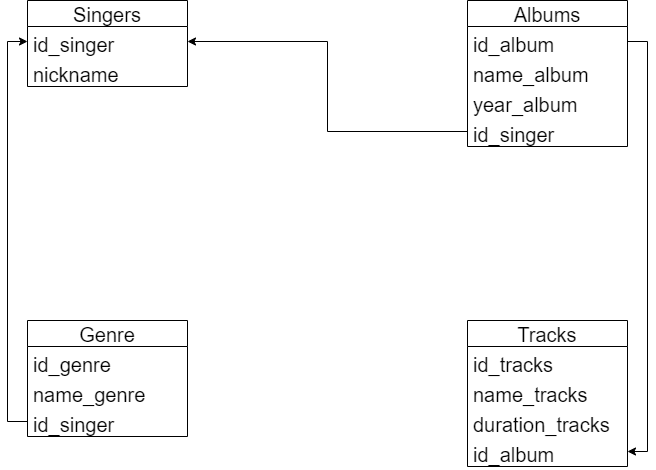
AnastasiaLunina/SQL keeps this draw.io diagram as Introduction/diagram.png. Above is the earlier version. Source tidied: cells renumbered, new cells last; positions are measured from the earlier drawing's top-left corner, leaving out a move shared by most shapes. Its diagram source:
```xml
<mxGraphModel>
  <root>
    <mxCell id="0" />
    <mxCell id="1" parent="0" />
    <mxCell id="2" value="Singers" style="swimlane;fontStyle=0;horizontal=1;startSize=26;align=center;fontSize=20;" parent="1" vertex="1">
      <mxGeometry width="160" height="86" as="geometry" />
    </mxCell>
    <mxCell id="3" value="id_singer            &#10;&#10;" style="text;spacingLeft=4;spacingRight=4;overflow=hidden;points=[[0,0.5],[1,0.5]];portConstraint=eastwest;fontSize=20;" parent="2" vertex="1">
      <mxGeometry y="26" width="160" height="30" as="geometry" />
    </mxCell>
    <mxCell id="4" value="nickname" style="text;strokeColor=none;fillColor=none;spacingLeft=4;spacingRight=4;overflow=hidden;fontSize=20;" parent="2" vertex="1">
      <mxGeometry y="56" width="160" height="30" as="geometry" />
    </mxCell>
    <mxCell id="5" value="Albums" style="swimlane;fontStyle=0;horizontal=1;startSize=26;align=center;fontSize=20;" parent="1" vertex="1">
      <mxGeometry x="440" width="160" height="146" as="geometry" />
    </mxCell>
    <mxCell id="6" value="id_album" style="text;strokeColor=none;fillColor=none;spacingLeft=4;spacingRight=4;overflow=hidden;points=[[0,0.5],[1,0.5]];portConstraint=eastwest;fontSize=20;" parent="5" vertex="1">
      <mxGeometry y="26" width="160" height="30" as="geometry" />
    </mxCell>
    <mxCell id="7" value="name_album" style="text;strokeColor=none;fillColor=none;spacingLeft=4;spacingRight=4;overflow=hidden;fontSize=20;" parent="5" vertex="1">
      <mxGeometry y="56" width="160" height="30" as="geometry" />
    </mxCell>
    <mxCell id="8" value="year_album" style="text;strokeColor=none;fillColor=none;spacingLeft=4;spacingRight=4;overflow=hidden;fontSize=20;" parent="5" vertex="1">
      <mxGeometry y="86" width="160" height="30" as="geometry" />
    </mxCell>
    <mxCell id="9" value="id_singer" style="text;strokeColor=none;fillColor=none;spacingLeft=4;spacingRight=4;overflow=hidden;points=[[0,0.5],[1,0.5]];portConstraint=eastwest;fontSize=20;" parent="5" vertex="1">
      <mxGeometry y="116" width="160" height="30" as="geometry" />
    </mxCell>
    <mxCell id="10" value="Tracks" style="swimlane;fontStyle=0;horizontal=1;startSize=26;align=center;fontSize=20;" parent="1" vertex="1">
      <mxGeometry x="440" y="320" width="160" height="146" as="geometry" />
    </mxCell>
    <mxCell id="11" value="id_tracks" style="text;strokeColor=none;fillColor=none;spacingLeft=4;spacingRight=4;overflow=hidden;fontSize=20;" parent="10" vertex="1">
      <mxGeometry y="26" width="160" height="30" as="geometry" />
    </mxCell>
    <mxCell id="12" value="name_tracks" style="text;strokeColor=none;fillColor=none;spacingLeft=4;spacingRight=4;overflow=hidden;fontSize=20;" parent="10" vertex="1">
      <mxGeometry y="56" width="160" height="30" as="geometry" />
    </mxCell>
    <mxCell id="13" value="duration_tracks" style="text;strokeColor=none;fillColor=none;spacingLeft=4;spacingRight=4;overflow=hidden;fontSize=20;" parent="10" vertex="1">
      <mxGeometry y="86" width="160" height="30" as="geometry" />
    </mxCell>
    <mxCell id="14" value="id_album" style="text;strokeColor=none;fillColor=none;spacingLeft=4;spacingRight=4;overflow=hidden;points=[[0,0.5],[1,0.5]];portConstraint=eastwest;fontSize=20;" parent="10" vertex="1">
      <mxGeometry y="116" width="160" height="30" as="geometry" />
    </mxCell>
    <mxCell id="15" value="Genre" style="swimlane;fontStyle=0;horizontal=1;startSize=26;align=center;fontSize=20;" parent="1" vertex="1">
      <mxGeometry y="320" width="160" height="116" as="geometry" />
    </mxCell>
    <mxCell id="16" value="id_genre" style="text;strokeColor=none;fillColor=none;spacingLeft=4;spacingRight=4;overflow=hidden;fontSize=20;" parent="15" vertex="1">
      <mxGeometry y="26" width="160" height="30" as="geometry" />
    </mxCell>
    <mxCell id="17" value="name_genre" style="text;strokeColor=none;fillColor=none;spacingLeft=4;spacingRight=4;overflow=hidden;fontSize=20;" parent="15" vertex="1">
      <mxGeometry y="56" width="160" height="30" as="geometry" />
    </mxCell>
    <mxCell id="18" value="id_singer" style="text;strokeColor=none;fillColor=none;spacingLeft=4;spacingRight=4;overflow=hidden;points=[[0,0.5],[1,0.5]];portConstraint=eastwest;fontSize=20;" parent="15" vertex="1">
      <mxGeometry y="86" width="160" height="30" as="geometry" />
    </mxCell>
    <mxCell id="19" style="edgeStyle=orthogonalEdgeStyle;rounded=0;jettySize=auto;html=1;exitX=0;exitY=0.5;exitDx=0;exitDy=0;entryX=1;entryY=0.5;entryDx=0;entryDy=0;fontSize=20;" parent="1" edge="1" source="9" target="3">
      <mxGeometry relative="1" as="geometry" />
    </mxCell>
    <mxCell id="20" style="edgeStyle=orthogonalEdgeStyle;rounded=0;jettySize=auto;html=1;exitX=1;exitY=0.5;exitDx=0;exitDy=0;entryX=1;entryY=0.5;entryDx=0;entryDy=0;fontSize=20;" parent="1" edge="1" source="6" target="14">
      <mxGeometry relative="1" as="geometry" />
    </mxCell>
    <mxCell id="21" style="edgeStyle=orthogonalEdgeStyle;rounded=0;jettySize=auto;html=1;exitX=0;exitY=0.5;exitDx=0;exitDy=0;entryX=0;entryY=0.5;entryDx=0;entryDy=0;fontSize=20;" parent="1" edge="1" source="18" target="3">
      <mxGeometry relative="1" as="geometry" />
    </mxCell>
  </root>
</mxGraphModel>
```
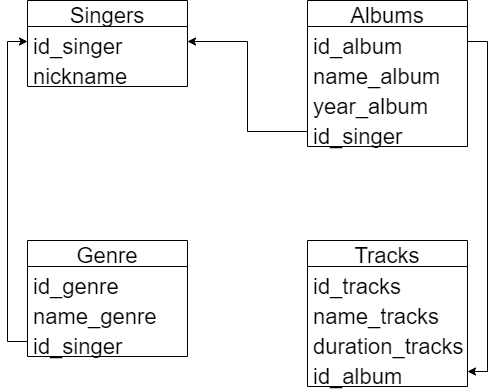
Later version of the same file.

The edit, as a diff of the source:
```diff
@@ -2,64 +2,64 @@
   <root>
     <mxCell id="0" />
     <mxCell id="1" parent="0" />
-    <mxCell id="2" value="Singers" style="swimlane;fontStyle=0;horizontal=1;startSize=26;align=center;fontSize=20;" parent="1" vertex="1">
-      <mxGeometry width="160" height="86" as="geometry" />
+    <mxCell id="2" value="Singers" style="swimlane;fontStyle=0;horizontal=1;startSize=26;align=center;fontSize=22;" parent="1" vertex="1">
+      <mxGeometry x="80" width="160" height="86" as="geometry" />
     </mxCell>
-    <mxCell id="3" value="id_singer            &#10;&#10;" style="text;spacingLeft=4;spacingRight=4;overflow=hidden;points=[[0,0.5],[1,0.5]];portConstraint=eastwest;fontSize=20;" parent="2" vertex="1">
+    <mxCell id="3" value="id_singer            &#10;&#10;" style="text;spacingLeft=4;spacingRight=4;overflow=hidden;points=[[0,0.5],[1,0.5]];portConstraint=eastwest;fontSize=22;" parent="2" vertex="1">
       <mxGeometry y="26" width="160" height="30" as="geometry" />
     </mxCell>
-    <mxCell id="4" value="nickname" style="text;strokeColor=none;fillColor=none;spacingLeft=4;spacingRight=4;overflow=hidden;fontSize=20;" parent="2" vertex="1">
+    <mxCell id="4" value="nickname" style="text;strokeColor=none;fillColor=none;spacingLeft=4;spacingRight=4;overflow=hidden;fontSize=22;" parent="2" vertex="1">
       <mxGeometry y="56" width="160" height="30" as="geometry" />
     </mxCell>
-    <mxCell id="5" value="Albums" style="swimlane;fontStyle=0;horizontal=1;startSize=26;align=center;fontSize=20;" parent="1" vertex="1">
-      <mxGeometry x="440" width="160" height="146" as="geometry" />
+    <mxCell id="5" value="Albums" style="swimlane;fontStyle=0;horizontal=1;startSize=26;align=center;fontSize=22;" parent="1" vertex="1">
+      <mxGeometry x="360" width="160" height="146" as="geometry" />
     </mxCell>
-    <mxCell id="6" value="id_album" style="text;strokeColor=none;fillColor=none;spacingLeft=4;spacingRight=4;overflow=hidden;points=[[0,0.5],[1,0.5]];portConstraint=eastwest;fontSize=20;" parent="5" vertex="1">
+    <mxCell id="6" value="id_album" style="text;strokeColor=none;fillColor=none;spacingLeft=4;spacingRight=4;overflow=hidden;points=[[0,0.5],[1,0.5]];portConstraint=eastwest;fontSize=22;" parent="5" vertex="1">
       <mxGeometry y="26" width="160" height="30" as="geometry" />
     </mxCell>
-    <mxCell id="7" value="name_album" style="text;strokeColor=none;fillColor=none;spacingLeft=4;spacingRight=4;overflow=hidden;fontSize=20;" parent="5" vertex="1">
+    <mxCell id="7" value="name_album" style="text;strokeColor=none;fillColor=none;spacingLeft=4;spacingRight=4;overflow=hidden;fontSize=22;" parent="5" vertex="1">
       <mxGeometry y="56" width="160" height="30" as="geometry" />
     </mxCell>
-    <mxCell id="8" value="year_album" style="text;strokeColor=none;fillColor=none;spacingLeft=4;spacingRight=4;overflow=hidden;fontSize=20;" parent="5" vertex="1">
+    <mxCell id="8" value="year_album" style="text;strokeColor=none;fillColor=none;spacingLeft=4;spacingRight=4;overflow=hidden;fontSize=22;" parent="5" vertex="1">
       <mxGeometry y="86" width="160" height="30" as="geometry" />
     </mxCell>
-    <mxCell id="9" value="id_singer" style="text;strokeColor=none;fillColor=none;spacingLeft=4;spacingRight=4;overflow=hidden;points=[[0,0.5],[1,0.5]];portConstraint=eastwest;fontSize=20;" parent="5" vertex="1">
+    <mxCell id="9" value="id_singer" style="text;strokeColor=none;fillColor=none;spacingLeft=4;spacingRight=4;overflow=hidden;points=[[0,0.5],[1,0.5]];portConstraint=eastwest;fontSize=22;" parent="5" vertex="1">
       <mxGeometry y="116" width="160" height="30" as="geometry" />
     </mxCell>
-    <mxCell id="10" value="Tracks" style="swimlane;fontStyle=0;horizontal=1;startSize=26;align=center;fontSize=20;" parent="1" vertex="1">
-      <mxGeometry x="440" y="320" width="160" height="146" as="geometry" />
+    <mxCell id="10" value="Tracks" style="swimlane;fontStyle=0;horizontal=1;startSize=26;align=center;fontSize=22;" parent="1" vertex="1">
+      <mxGeometry x="360" y="240" width="160" height="146" as="geometry" />
     </mxCell>
-    <mxCell id="11" value="id_tracks" style="text;strokeColor=none;fillColor=none;spacingLeft=4;spacingRight=4;overflow=hidden;fontSize=20;" parent="10" vertex="1">
+    <mxCell id="11" value="id_tracks" style="text;strokeColor=none;fillColor=none;spacingLeft=4;spacingRight=4;overflow=hidden;fontSize=22;" parent="10" vertex="1">
       <mxGeometry y="26" width="160" height="30" as="geometry" />
     </mxCell>
-    <mxCell id="12" value="name_tracks" style="text;strokeColor=none;fillColor=none;spacingLeft=4;spacingRight=4;overflow=hidden;fontSize=20;" parent="10" vertex="1">
+    <mxCell id="12" value="name_tracks" style="text;strokeColor=none;fillColor=none;spacingLeft=4;spacingRight=4;overflow=hidden;fontSize=22;" parent="10" vertex="1">
       <mxGeometry y="56" width="160" height="30" as="geometry" />
     </mxCell>
-    <mxCell id="13" value="duration_tracks" style="text;strokeColor=none;fillColor=none;spacingLeft=4;spacingRight=4;overflow=hidden;fontSize=20;" parent="10" vertex="1">
+    <mxCell id="13" value="duration_tracks" style="text;strokeColor=none;fillColor=none;spacingLeft=4;spacingRight=4;overflow=hidden;fontSize=22;" parent="10" vertex="1">
       <mxGeometry y="86" width="160" height="30" as="geometry" />
     </mxCell>
-    <mxCell id="14" value="id_album" style="text;strokeColor=none;fillColor=none;spacingLeft=4;spacingRight=4;overflow=hidden;points=[[0,0.5],[1,0.5]];portConstraint=eastwest;fontSize=20;" parent="10" vertex="1">
+    <mxCell id="14" value="id_album" style="text;strokeColor=none;fillColor=none;spacingLeft=4;spacingRight=4;overflow=hidden;points=[[0,0.5],[1,0.5]];portConstraint=eastwest;fontSize=22;" parent="10" vertex="1">
       <mxGeometry y="116" width="160" height="30" as="geometry" />
     </mxCell>
-    <mxCell id="15" value="Genre" style="swimlane;fontStyle=0;horizontal=1;startSize=26;align=center;fontSize=20;" parent="1" vertex="1">
-      <mxGeometry y="320" width="160" height="116" as="geometry" />
+    <mxCell id="15" value="Genre" style="swimlane;fontStyle=0;horizontal=1;startSize=26;align=center;fontSize=22;" parent="1" vertex="1">
+      <mxGeometry x="80" y="240" width="160" height="116" as="geometry" />
     </mxCell>
-    <mxCell id="16" value="id_genre" style="text;strokeColor=none;fillColor=none;spacingLeft=4;spacingRight=4;overflow=hidden;fontSize=20;" parent="15" vertex="1">
+    <mxCell id="16" value="id_genre" style="text;strokeColor=none;fillColor=none;spacingLeft=4;spacingRight=4;overflow=hidden;fontSize=22;" parent="15" vertex="1">
       <mxGeometry y="26" width="160" height="30" as="geometry" />
     </mxCell>
-    <mxCell id="17" value="name_genre" style="text;strokeColor=none;fillColor=none;spacingLeft=4;spacingRight=4;overflow=hidden;fontSize=20;" parent="15" vertex="1">
+    <mxCell id="17" value="name_genre" style="text;strokeColor=none;fillColor=none;spacingLeft=4;spacingRight=4;overflow=hidden;fontSize=22;" parent="15" vertex="1">
       <mxGeometry y="56" width="160" height="30" as="geometry" />
     </mxCell>
-    <mxCell id="18" value="id_singer" style="text;strokeColor=none;fillColor=none;spacingLeft=4;spacingRight=4;overflow=hidden;points=[[0,0.5],[1,0.5]];portConstraint=eastwest;fontSize=20;" parent="15" vertex="1">
+    <mxCell id="18" value="id_singer" style="text;strokeColor=none;fillColor=none;spacingLeft=4;spacingRight=4;overflow=hidden;points=[[0,0.5],[1,0.5]];portConstraint=eastwest;fontSize=22;" parent="15" vertex="1">
       <mxGeometry y="86" width="160" height="30" as="geometry" />
     </mxCell>
-    <mxCell id="19" style="edgeStyle=orthogonalEdgeStyle;rounded=0;jettySize=auto;html=1;exitX=0;exitY=0.5;exitDx=0;exitDy=0;entryX=1;entryY=0.5;entryDx=0;entryDy=0;fontSize=20;" parent="1" edge="1" source="9" target="3">
+    <mxCell id="19" style="edgeStyle=orthogonalEdgeStyle;rounded=0;jettySize=auto;html=1;exitX=0;exitY=0.5;exitDx=0;exitDy=0;entryX=1;entryY=0.5;entryDx=0;entryDy=0;fontSize=22;" parent="1" edge="1" source="9" target="3">
       <mxGeometry relative="1" as="geometry" />
     </mxCell>
-    <mxCell id="20" style="edgeStyle=orthogonalEdgeStyle;rounded=0;jettySize=auto;html=1;exitX=1;exitY=0.5;exitDx=0;exitDy=0;entryX=1;entryY=0.5;entryDx=0;entryDy=0;fontSize=20;" parent="1" edge="1" source="6" target="14">
+    <mxCell id="20" style="edgeStyle=orthogonalEdgeStyle;rounded=0;jettySize=auto;html=1;exitX=1;exitY=0.5;exitDx=0;exitDy=0;entryX=1;entryY=0.5;entryDx=0;entryDy=0;fontSize=22;" parent="1" edge="1" source="6" target="14">
       <mxGeometry relative="1" as="geometry" />
     </mxCell>
-    <mxCell id="21" style="edgeStyle=orthogonalEdgeStyle;rounded=0;jettySize=auto;html=1;exitX=0;exitY=0.5;exitDx=0;exitDy=0;entryX=0;entryY=0.5;entryDx=0;entryDy=0;fontSize=20;" parent="1" edge="1" source="18" target="3">
+    <mxCell id="21" style="edgeStyle=orthogonalEdgeStyle;rounded=0;jettySize=auto;html=1;exitX=0;exitY=0.5;exitDx=0;exitDy=0;entryX=0;entryY=0.5;entryDx=0;entryDy=0;fontSize=22;" parent="1" edge="1" source="18" target="3">
       <mxGeometry relative="1" as="geometry" />
     </mxCell>
   </root>
```
